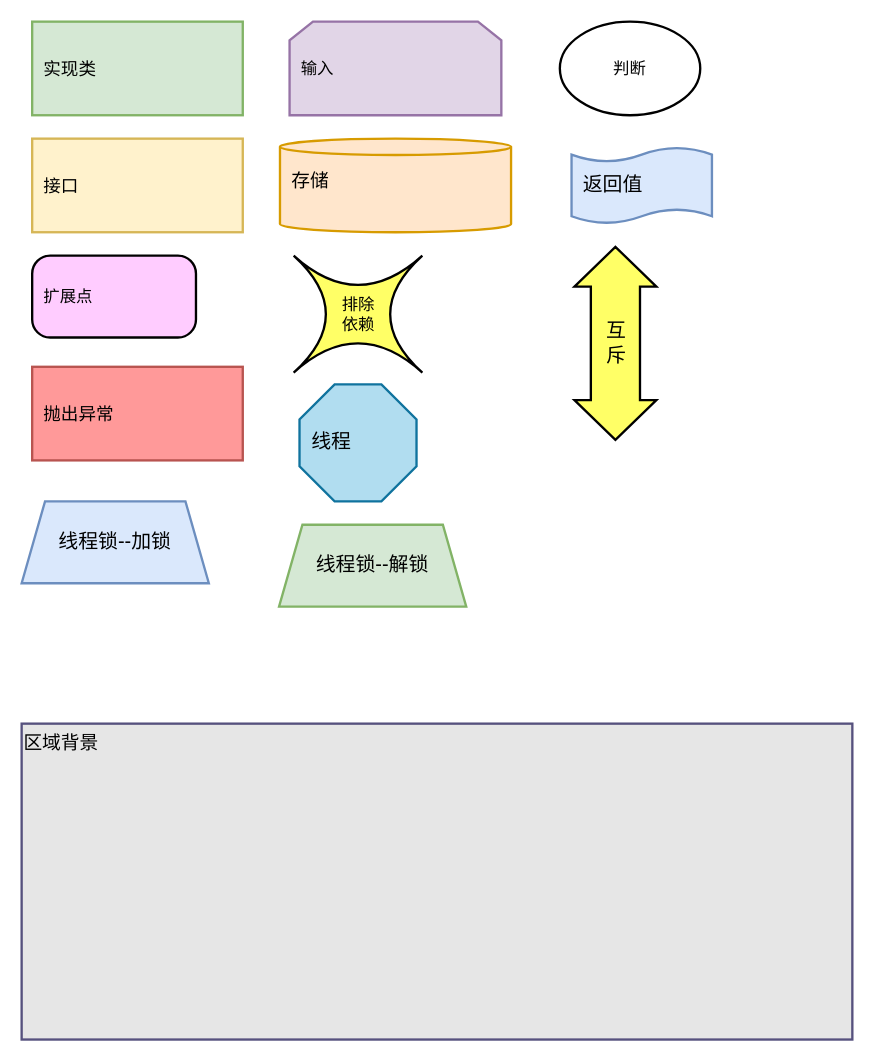
This is java/spring/new_world/0000_graph_sample.drawio from liujinsuozn8/memobook, a draw.io file, before an edit. Source tidied: cells renumbered, new cells numbered last; positions are measured from the earlier drawing's top-left corner, leaving out a move shared by most shapes. Both pictures are drawn from the tidied source at 117%, with x=0, y=0 at pixel (21, 21).
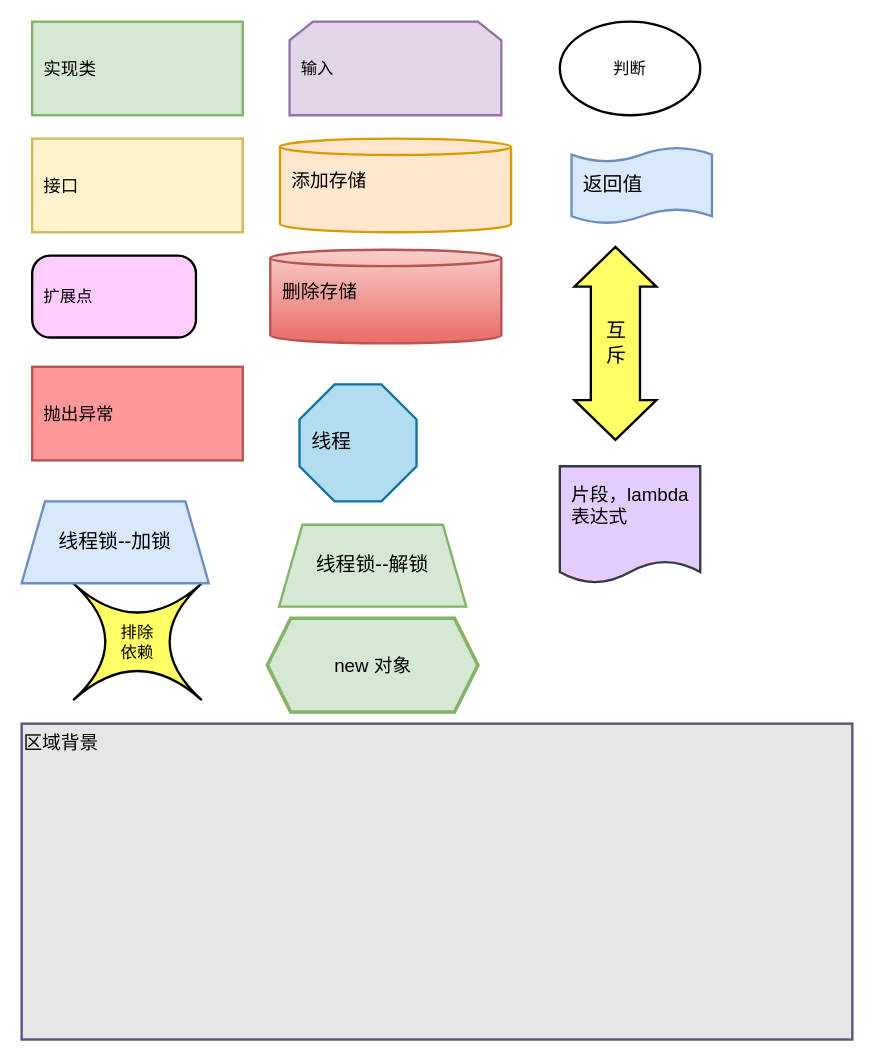
After the change.

Change to the diagram source:
```diff
@@
 <mxGraphModel>
   <root>
     <mxCell id="0" />
     <mxCell id="1" parent="0" />
     <mxCell id="2" value="&lt;font face=&quot;dengxian&quot;&gt;&lt;span style=&quot;font-size: 14px&quot;&gt;输入&lt;/span&gt;&lt;/font&gt;" style="shape=loopLimit;whiteSpace=wrap;html=1;spacing=2;align=left;labelBackgroundColor=none;labelBorderColor=none;fillColor=#e1d5e7;strokeColor=#9673a6;rounded=0;horizontal=1;verticalAlign=middle;labelPosition=center;verticalLabelPosition=middle;perimeterSpacing=4;strokeWidth=2;spacing=10;" parent="1" vertex="1">
       <mxGeometry x="229" width="181" height="80" as="geometry" />
     </mxCell>
     <mxCell id="3" value="&lt;p style=&quot;color: rgb(255 , 255 , 255) ; text-indent: 0in ; line-height: normal ; margin: 0pt 0in ; word-break: normal ; font-size: 15px&quot;&gt;&lt;/p&gt;&lt;span style=&quot;color: black ; font-family: &amp;#34;dengxian&amp;#34; ; font-size: 15px ; text-indent: 0in&quot;&gt;实现类&lt;br&gt;&lt;/span&gt;" style="rounded=0;whiteSpace=wrap;html=1;strokeWidth=2;align=left;fillColor=#d5e8d4;spacing=10;strokeColor=#82b366;" parent="1" vertex="1">
       <mxGeometry x="9" width="180" height="80" as="geometry" />
     </mxCell>
     <mxCell id="4" value="区域背景" style="rounded=0;whiteSpace=wrap;html=1;fontSize=16;strokeColor=#56517e;strokeWidth=2;align=left;verticalAlign=top;fillColor=#E6E6E6;" parent="1" vertex="1">
       <mxGeometry y="600" width="710" height="270" as="geometry" />
     </mxCell>
     <mxCell id="5" value="&lt;p style=&quot;color: rgb(255 , 255 , 255) ; text-indent: 0in ; line-height: normal ; margin: 0pt 0in ; word-break: normal ; font-size: 15px&quot;&gt;&lt;/p&gt;&lt;span style=&quot;color: black ; font-family: &amp;#34;dengxian&amp;#34; ; font-size: 15px ; text-indent: 0in&quot;&gt;接口&lt;br&gt;&lt;/span&gt;" style="rounded=0;whiteSpace=wrap;html=1;strokeWidth=2;align=left;fillColor=#fff2cc;spacing=10;strokeColor=#d6b656;" parent="1" vertex="1">
       <mxGeometry x="9" y="100" width="180" height="80" as="geometry" />
     </mxCell>
     <mxCell id="6" value="判断" style="ellipse;whiteSpace=wrap;html=1;strokeWidth=2;fontSize=14;" parent="1" vertex="1">
       <mxGeometry x="460" width="120" height="80" as="geometry" />
     </mxCell>
     <mxCell id="7" value="扩展点" style="rounded=1;whiteSpace=wrap;html=1;fontSize=14;strokeWidth=2;arcSize=22;align=left;spacing=10;fillColor=#FFCCFF;" parent="1" vertex="1">
       <mxGeometry x="9" y="200" width="140" height="70" as="geometry" />
     </mxCell>
     <mxCell id="8" value="排除&lt;br&gt;依赖" style="shape=switch;whiteSpace=wrap;html=1;fontSize=14;strokeColor=#000000;strokeWidth=2;fillColor=#FFFF66;" parent="1" vertex="1">
-      <mxGeometry x="232.5" y="200" width="110" height="100" as="geometry" />
+      <mxGeometry x="44" y="480" width="110" height="100" as="geometry" />
     </mxCell>
     <mxCell id="9" value="互&lt;br style=&quot;font-size: 17px;&quot;&gt;斥" style="html=1;shadow=0;dashed=0;align=center;verticalAlign=middle;shape=mxgraph.arrows2.twoWayArrow;dy=0.4;dx=34;fontSize=17;strokeColor=#000000;strokeWidth=2;fillColor=#FFFF66;rotation=90;horizontal=0;" parent="1" vertex="1">
       <mxGeometry x="425" y="240" width="165" height="70" as="geometry" />
     </mxCell>
     <mxCell id="10" value="&lt;p style=&quot;color: rgb(255 , 255 , 255) ; text-indent: 0in ; line-height: normal ; margin: 0pt 0in ; word-break: normal ; font-size: 15px&quot;&gt;&lt;/p&gt;&lt;span style=&quot;color: black ; font-family: &amp;#34;dengxian&amp;#34; ; font-size: 15px ; text-indent: 0in&quot;&gt;抛出异常&lt;br&gt;&lt;/span&gt;" style="rounded=0;whiteSpace=wrap;html=1;strokeWidth=2;align=left;spacing=10;strokeColor=#b85450;fillColor=#FF9999;" parent="1" vertex="1">
       <mxGeometry x="9" y="295" width="180" height="80" as="geometry" />
     </mxCell>
     <mxCell id="11" value="线程锁--加锁" style="shape=trapezoid;perimeter=trapezoidPerimeter;whiteSpace=wrap;html=1;fixedSize=1;fontSize=17;strokeColor=#6c8ebf;strokeWidth=2;fillColor=#dae8fc;" parent="1" vertex="1">
       <mxGeometry y="410" width="160" height="70" as="geometry" />
     </mxCell>
     <mxCell id="12" value="线程锁--解锁" style="shape=trapezoid;perimeter=trapezoidPerimeter;whiteSpace=wrap;html=1;fixedSize=1;fontSize=17;strokeColor=#82b366;strokeWidth=2;fillColor=#d5e8d4;" parent="1" vertex="1">
       <mxGeometry x="220" y="430" width="160" height="70" as="geometry" />
     </mxCell>
     <mxCell id="13" value="返回值" style="shape=tape;whiteSpace=wrap;html=1;strokeWidth=2;size=0.19;fontSize=17;strokeColor=#6c8ebf;align=left;spacing=10;fillColor=#dae8fc;" parent="1" vertex="1">
       <mxGeometry x="470" y="107.5" width="120" height="65" as="geometry" />
     </mxCell>
     <mxCell id="14" value="线程" style="whiteSpace=wrap;html=1;shape=mxgraph.basic.octagon2;align=left;verticalAlign=middle;dx=15;fontSize=17;strokeColor=#10739e;strokeWidth=2;fillColor=#b1ddf0;spacing=10；;" parent="1" vertex="1">
       <mxGeometry x="237.5" y="310" width="100" height="100" as="geometry" />
     </mxCell>
-    <mxCell id="15" value="&lt;div&gt;存储&lt;/div&gt;&lt;div&gt;&lt;br&gt;&lt;/div&gt;" style="shape=cylinder3;whiteSpace=wrap;html=1;boundedLbl=1;backgroundOutline=1;size=7;rounded=0;fontSize=16;strokeColor=#d79b00;strokeWidth=2;fillColor=#ffe6cc;align=left;spacing=10;" parent="1" vertex="1">
+    <mxCell id="15" value="&lt;div&gt;添加存储&lt;/div&gt;&lt;div&gt;&lt;br&gt;&lt;/div&gt;" style="shape=cylinder3;whiteSpace=wrap;html=1;boundedLbl=1;backgroundOutline=1;size=7;rounded=0;fontSize=16;strokeColor=#d79b00;strokeWidth=2;fillColor=#ffe6cc;align=left;spacing=10;" parent="1" vertex="1">
       <mxGeometry x="220.8" y="100" width="197.5" height="80" as="geometry" />
     </mxCell>
+    <mxCell id="16" value="&lt;div style=&quot;font-size: 16px&quot;&gt;片段，lambda表达式&lt;/div&gt;" style="shape=document;whiteSpace=wrap;html=1;boundedLbl=1;rounded=0;fontSize=16;align=left;strokeColor=#36393d;strokeWidth=2;spacing=10;verticalAlign=top;size=0.19047619047619047;fillColor=#E5CCFF;" parent="1" vertex="1">
+      <mxGeometry x="460" y="380" width="120" height="100" as="geometry" />
+    </mxCell>
+    <mxCell id="17" value="&lt;div&gt;删除存储&lt;/div&gt;&lt;div&gt;&lt;br&gt;&lt;/div&gt;" style="shape=cylinder3;whiteSpace=wrap;html=1;boundedLbl=1;backgroundOutline=1;size=7;rounded=0;fontSize=16;strokeColor=#b85450;strokeWidth=2;fillColor=#f8cecc;align=left;spacing=10;gradientColor=#ea6b66;" parent="1" vertex="1">
+      <mxGeometry x="212.5" y="195" width="197.5" height="80" as="geometry" />
+    </mxCell>
+    <mxCell id="18" value="new 对象" style="verticalLabelPosition=middle;verticalAlign=middle;html=1;shape=hexagon;perimeter=hexagonPerimeter2;arcSize=6;size=0.1111111111111111;strokeWidth=3;align=center;labelPosition=center;fontStyle=0;fontSize=16;fillColor=#d5e8d4;strokeColor=#82b366;" parent="1" vertex="1">
+      <mxGeometry x="210" y="510" width="180" height="80" as="geometry" />
+    </mxCell>
   </root>
 </mxGraphModel>
```
